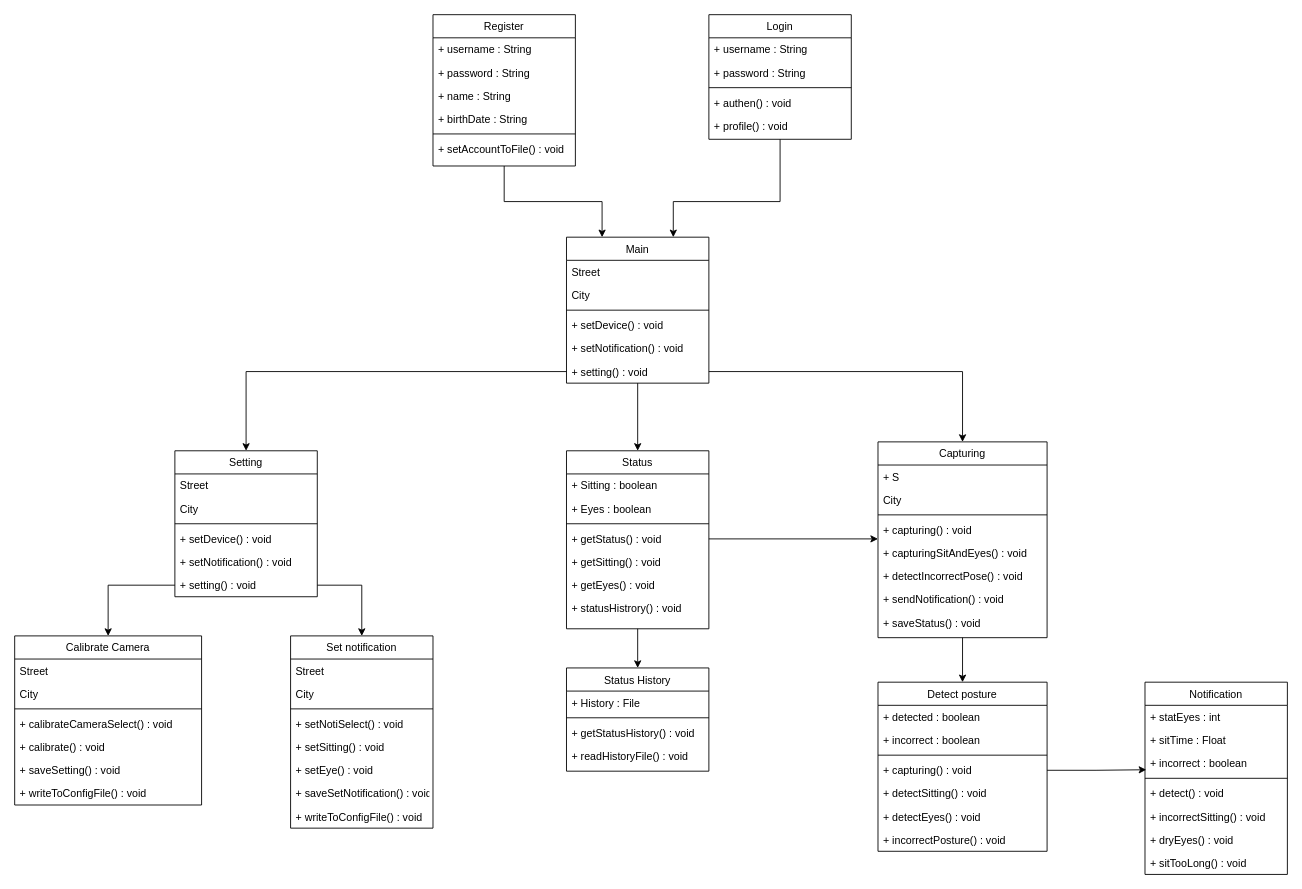
astrrr/Right-posture keeps this draw.io diagram as Design/Class_Diagram.drawio. Above is the earlier version. Source tidied: cells renumbered, new cells numbered last; positions are measured from the earlier drawing's top-left corner, leaving out a move shared by most shapes. Both pictures are drawn from the tidied source at 89%, with x=0, y=0 at pixel (14, 14).
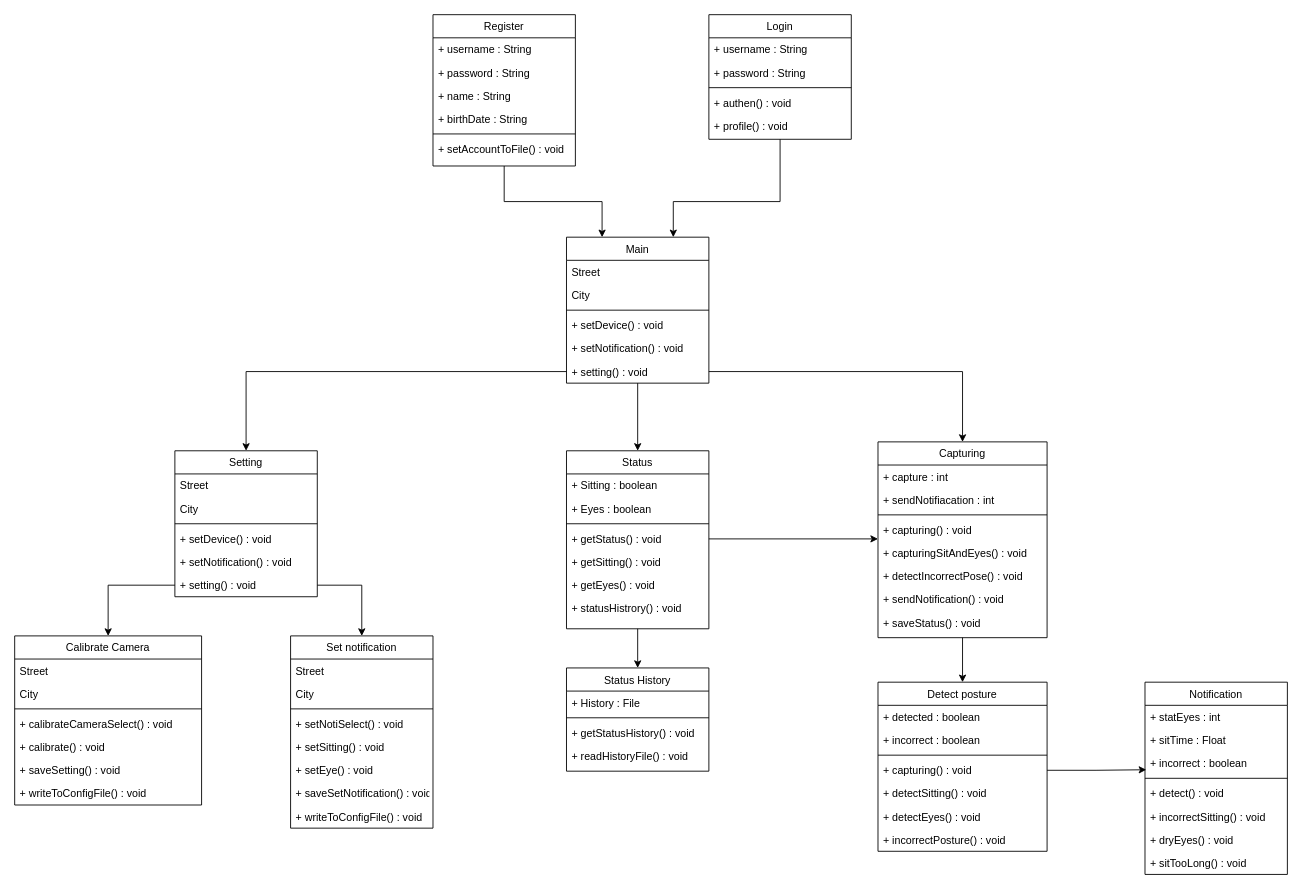
The same diagram, later.

Commit message:
Attr. Capturing Class_Diagram.drawio

Unchanged cells that the change refers to:
```xml
<mxCell id="56" value="Capturing" style="swimlane;fontStyle=0;align=center;verticalAlign=top;horizontal=1;startSize=26;rounded=0;shadow=0;strokeWidth=1;" parent="1" vertex="1">
  <mxGeometry x="970" y="480" width="190" height="220" as="geometry" />
</mxCell>
```

Change to the diagram source:
```diff
@@
-    <mxCell id="57" value="+ S" style="text;align=left;verticalAlign=top;spacingLeft=4;spacingRight=4;overflow=hidden;" parent="56" vertex="1">
+    <mxCell id="57" value="+ capture : int" style="text;align=left;verticalAlign=top;spacingLeft=4;spacingRight=4;overflow=hidden;" parent="56" vertex="1">
       <mxGeometry y="26" width="190" height="26" as="geometry" />
     </mxCell>
-    <mxCell id="58" value="City" style="text;align=left;verticalAlign=top;spacingLeft=4;spacingRight=4;overflow=hidden;rounded=0;shadow=0;html=0;" parent="56" vertex="1">
+    <mxCell id="58" value="+ sendNotifiacation : int" style="text;align=left;verticalAlign=top;spacingLeft=4;spacingRight=4;overflow=hidden;rounded=0;shadow=0;html=0;" parent="56" vertex="1">
       <mxGeometry y="52" width="190" height="26" as="geometry" />
     </mxCell>
```
